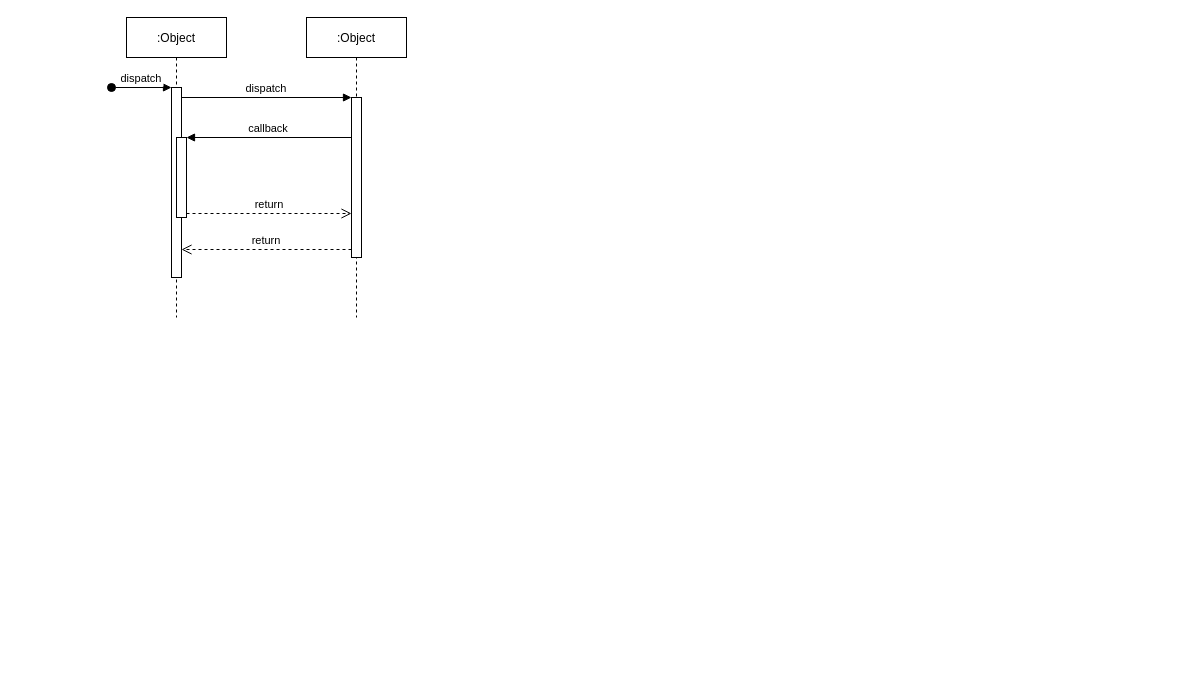
This is diagrams/Detection feu.drawio from Elyspio/s7-projet-transversal-cpe, a draw.io file, before an edit. Source tidied: cells renumbered, new cells numbered last; positions are measured from the earlier drawing's top-left corner, leaving out a move shared by most shapes. Both pictures are drawn from the tidied source at 100%, with x=0, y=0 at pixel (111, 17).
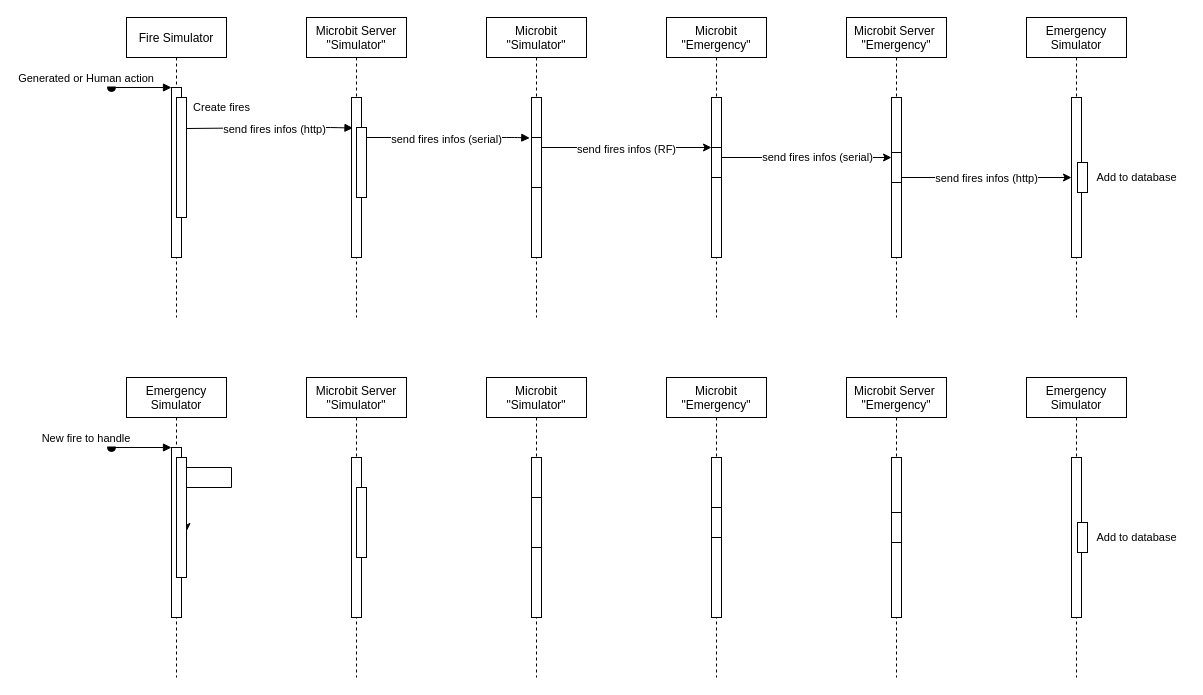
The same diagram, later.

The change refers to these unchanged cells:
```xml
<mxCell id="7" style="points=[];perimeter=orthogonalPerimeter;rounded=0;shadow=0;strokeWidth=1;" parent="6" vertex="1">
  <mxGeometry x="45" y="80" width="10" height="160" as="geometry" />
</mxCell>
```

Change to the diagram source:
```diff
@@
-    <mxCell id="2" value=":Object" style="shape=umlLifeline;perimeter=lifelinePerimeter;rounded=0;shadow=0;strokeWidth=1;" parent="1" vertex="1">
+    <mxCell id="2" value="Fire Simulator" style="shape=umlLifeline;perimeter=lifelinePerimeter;rounded=0;shadow=0;strokeWidth=1;" parent="1" vertex="1">
       <mxGeometry x="15" width="100" height="300" as="geometry" />
     </mxCell>
     <mxCell id="3" style="points=[];perimeter=orthogonalPerimeter;rounded=0;shadow=0;strokeWidth=1;" parent="2" vertex="1">
-      <mxGeometry x="45" y="70" width="10" height="190" as="geometry" />
+      <mxGeometry x="45" y="70" width="10" height="170" as="geometry" />
     </mxCell>
-    <mxCell id="4" value="dispatch" style="verticalAlign=bottom;startArrow=oval;endArrow=block;startSize=8;shadow=0;strokeWidth=1;" parent="2" edge="1" target="3">
-      <mxGeometry relative="1" as="geometry">
+    <mxCell id="4" value="Generated or Human action" style="verticalAlign=bottom;startArrow=oval;endArrow=block;startSize=8;shadow=0;strokeWidth=1;" parent="2" edge="1" target="3">
+      <mxGeometry x="-1" y="-25" relative="1" as="geometry">
         <mxPoint x="-15" y="70" as="sourcePoint" />
+        <mxPoint x="-25" y="-25" as="offset" />
       </mxGeometry>
     </mxCell>
-    <mxCell id="5" style="points=[];perimeter=orthogonalPerimeter;rounded=0;shadow=0;strokeWidth=1;" parent="2" vertex="1">
-      <mxGeometry x="50" y="120" width="10" height="80" as="geometry" />
-    </mxCell>
-    <mxCell id="6" value=":Object" style="shape=umlLifeline;perimeter=lifelinePerimeter;rounded=0;shadow=0;strokeWidth=1;" parent="1" vertex="1">
+    <mxCell id="6" value="Microbit Server &#10;&quot;Simulator&quot;" style="shape=umlLifeline;perimeter=lifelinePerimeter;rounded=0;shadow=0;strokeWidth=1;" parent="1" vertex="1">
       <mxGeometry x="195" width="100" height="300" as="geometry" />
     </mxCell>
@@
-    <mxCell id="8" value="return" style="verticalAlign=bottom;endArrow=open;dashed=1;endSize=8;exitX=0;exitY=0.95;shadow=0;strokeWidth=1;" parent="1" edge="1" source="7" target="3">
-      <mxGeometry relative="1" as="geometry" />
-    </mxCell>
-    <mxCell id="9" value="dispatch" style="verticalAlign=bottom;endArrow=block;entryX=0;entryY=0;shadow=0;strokeWidth=1;" parent="1" edge="1" source="3" target="7">
-      <mxGeometry relative="1" as="geometry" />
-    </mxCell>
-    <mxCell id="10" value="callback" style="verticalAlign=bottom;endArrow=block;entryX=1;entryY=0;shadow=0;strokeWidth=1;" parent="1" edge="1" source="7" target="5">
-      <mxGeometry relative="1" as="geometry" />
-    </mxCell>
-    <mxCell id="11" value="return" style="verticalAlign=bottom;endArrow=open;dashed=1;endSize=8;exitX=1;exitY=0.95;shadow=0;strokeWidth=1;" parent="1" edge="1" source="5" target="7">
-      <mxGeometry relative="1" as="geometry" />
-    </mxCell>
+    <mxCell id="12" value="Microbit &#10;&quot;Simulator&quot;" style="shape=umlLifeline;perimeter=lifelinePerimeter;rounded=0;shadow=0;strokeWidth=1;" parent="1" vertex="1">
+      <mxGeometry x="375" width="100" height="300" as="geometry" />
+    </mxCell>
+    <mxCell id="13" style="points=[];perimeter=orthogonalPerimeter;rounded=0;shadow=0;strokeWidth=1;" parent="12" vertex="1">
+      <mxGeometry x="45" y="80" width="10" height="160" as="geometry" />
+    </mxCell>
+    <mxCell id="14" style="rounded=0;whiteSpace=wrap;html=1;" parent="12" vertex="1">
+      <mxGeometry x="45" y="120" width="10" height="50" as="geometry" />
+    </mxCell>
+    <mxCell id="15" value="Microbit &#10;&quot;Emergency&quot;" style="shape=umlLifeline;perimeter=lifelinePerimeter;rounded=0;shadow=0;strokeWidth=1;" parent="1" vertex="1">
+      <mxGeometry x="555" width="100" height="300" as="geometry" />
+    </mxCell>
+    <mxCell id="16" style="points=[];perimeter=orthogonalPerimeter;rounded=0;shadow=0;strokeWidth=1;" parent="15" vertex="1">
+      <mxGeometry x="45" y="80" width="10" height="160" as="geometry" />
+    </mxCell>
+    <mxCell id="17" style="rounded=0;whiteSpace=wrap;html=1;" parent="15" vertex="1">
+      <mxGeometry x="45" y="130" width="10" height="30" as="geometry" />
+    </mxCell>
+    <mxCell id="18" value="Microbit Server &#10;&quot;Emergency&quot;" style="shape=umlLifeline;perimeter=lifelinePerimeter;rounded=0;shadow=0;strokeWidth=1;" parent="1" vertex="1">
+      <mxGeometry x="735" width="100" height="300" as="geometry" />
+    </mxCell>
+    <mxCell id="19" style="points=[];perimeter=orthogonalPerimeter;rounded=0;shadow=0;strokeWidth=1;" parent="18" vertex="1">
+      <mxGeometry x="45" y="80" width="10" height="160" as="geometry" />
+    </mxCell>
+    <mxCell id="20" style="rounded=0;whiteSpace=wrap;html=1;" parent="18" vertex="1">
+      <mxGeometry x="45" y="135" width="10" height="30" as="geometry" />
+    </mxCell>
+    <mxCell id="21" value="Emergency &#10;Simulator" style="shape=umlLifeline;perimeter=lifelinePerimeter;rounded=0;shadow=0;strokeWidth=1;" parent="1" vertex="1">
+      <mxGeometry x="915" width="100" height="300" as="geometry" />
+    </mxCell>
+    <mxCell id="22" style="points=[];perimeter=orthogonalPerimeter;rounded=0;shadow=0;strokeWidth=1;" parent="21" vertex="1">
+      <mxGeometry x="45" y="80" width="10" height="160" as="geometry" />
+    </mxCell>
+    <mxCell id="23" style="rounded=0;whiteSpace=wrap;html=1;" parent="21" vertex="1">
+      <mxGeometry x="51" y="145" width="10" height="30" as="geometry" />
+    </mxCell>
+    <mxCell id="24" style="verticalAlign=bottom;endArrow=block;shadow=0;strokeWidth=1;entryX=-0.171;entryY=0.253;entryDx=0;entryDy=0;entryPerimeter=0;" parent="1" edge="1" source="7" target="13">
+      <mxGeometry relative="1" as="geometry">
+        <Array as="points">
+          <mxPoint x="365" y="120" />
+          <mxPoint x="405" y="120" />
+        </Array>
+      </mxGeometry>
+    </mxCell>
+    <mxCell id="25" value="send fires infos (serial)" style="edgeLabel;html=1;align=center;verticalAlign=middle;" parent="24" vertex="1">
+      <mxGeometry x="-0.45" y="-1" relative="1" as="geometry">
+        <mxPoint x="38.1" as="offset" />
+      </mxGeometry>
+    </mxCell>
+    <mxCell id="26" style="rounded=0;whiteSpace=wrap;html=1;" parent="1" vertex="1">
+      <mxGeometry x="65" y="80" width="10" height="120" as="geometry" />
+    </mxCell>
+    <mxCell id="27" value="&lt;span style=&quot;font-size: 11px ; background-color: rgb(255 , 255 , 255)&quot;&gt;Create fires&lt;/span&gt;" style="text;html=1;align=center;verticalAlign=middle;" parent="1" vertex="1">
+      <mxGeometry x="75" y="80" width="70" height="20" as="geometry" />
+    </mxCell>
+    <mxCell id="28" style="verticalAlign=bottom;endArrow=block;shadow=0;strokeWidth=1;entryX=0.148;entryY=0.191;entryDx=0;entryDy=0;entryPerimeter=0;" parent="1" edge="1" target="7">
+      <mxGeometry x="0.07" y="-20" relative="1" as="geometry">
+        <mxPoint x="75" y="111" as="sourcePoint" />
+        <Array as="points">
+          <mxPoint x="180" y="110" />
+          <mxPoint x="220" y="110" />
+        </Array>
+      </mxGeometry>
+    </mxCell>
+    <mxCell id="29" value="send fires infos (http)" style="edgeLabel;html=1;align=center;verticalAlign=middle;" parent="28" vertex="1">
+      <mxGeometry x="0.04" y="-1" relative="1" as="geometry" />
+    </mxCell>
+    <mxCell id="30" style="edgeStyle=orthogonalEdgeStyle;rounded=0;jettySize=auto;html=1;" parent="1" edge="1" source="13" target="16">
+      <mxGeometry relative="1" as="geometry">
+        <Array as="points">
+          <mxPoint x="535" y="130" />
+          <mxPoint x="535" y="130" />
+        </Array>
+      </mxGeometry>
+    </mxCell>
+    <mxCell id="31" style="edgeLabel;html=1;align=center;verticalAlign=middle;" parent="30" vertex="1">
+      <mxGeometry x="0.23" y="-1" relative="1" as="geometry" />
+    </mxCell>
+    <mxCell id="32" value="send fires infos (RF)" style="edgeLabel;html=1;align=center;verticalAlign=middle;" parent="30" vertex="1">
+      <mxGeometry x="0.12" y="-1" relative="1" as="geometry">
+        <mxPoint x="-10.2" as="offset" />
+      </mxGeometry>
+    </mxCell>
+    <mxCell id="33" style="edgeStyle=orthogonalEdgeStyle;rounded=0;jettySize=auto;html=1;" parent="1" edge="1" source="16" target="19">
+      <mxGeometry relative="1" as="geometry">
+        <Array as="points">
+          <mxPoint x="705" y="140" />
+          <mxPoint x="705" y="140" />
+        </Array>
+      </mxGeometry>
+    </mxCell>
+    <mxCell id="34" value="send fires infos (serial)" style="edgeLabel;html=1;align=center;verticalAlign=middle;" parent="33" vertex="1">
+      <mxGeometry x="0.12" y="1" relative="1" as="geometry" />
+    </mxCell>
+    <mxCell id="35" style="edgeStyle=orthogonalEdgeStyle;rounded=0;jettySize=auto;html=1;" parent="1" edge="1" source="19" target="22">
+      <mxGeometry relative="1" as="geometry" />
+    </mxCell>
+    <mxCell id="36" value="send fires infos (http)" style="edgeLabel;html=1;align=center;verticalAlign=middle;" parent="35" vertex="1">
+      <mxGeometry x="0.18" y="2" relative="1" as="geometry">
+        <mxPoint x="-15.7" y="2" as="offset" />
+      </mxGeometry>
+    </mxCell>
+    <mxCell id="37" style="rounded=0;whiteSpace=wrap;html=1;" parent="1" vertex="1">
+      <mxGeometry x="245" y="110" width="10" height="70" as="geometry" />
+    </mxCell>
+    <mxCell id="38" value="&lt;font style=&quot;font-size: 11px&quot;&gt;Add to database&lt;/font&gt;" style="text;html=1;align=center;verticalAlign=middle;" parent="1" vertex="1">
+      <mxGeometry x="975" y="150" width="100" height="20" as="geometry" />
+    </mxCell>
+    <mxCell id="39" value="Emergency &#10;Simulator" style="shape=umlLifeline;perimeter=lifelinePerimeter;rounded=0;shadow=0;strokeWidth=1;" parent="1" vertex="1">
+      <mxGeometry x="15" y="360" width="100" height="300" as="geometry" />
+    </mxCell>
+    <mxCell id="40" style="points=[];perimeter=orthogonalPerimeter;rounded=0;shadow=0;strokeWidth=1;" parent="39" vertex="1">
+      <mxGeometry x="45" y="70" width="10" height="170" as="geometry" />
+    </mxCell>
+    <mxCell id="41" value="New fire to handle" style="verticalAlign=bottom;startArrow=oval;endArrow=block;startSize=8;shadow=0;strokeWidth=1;" parent="39" edge="1" target="40">
+      <mxGeometry x="-1" y="-25" relative="1" as="geometry">
+        <mxPoint x="-15" y="70" as="sourcePoint" />
+        <mxPoint x="-25" y="-25" as="offset" />
+      </mxGeometry>
+    </mxCell>
+    <mxCell id="42" value="Microbit Server &#10;&quot;Simulator&quot;" style="shape=umlLifeline;perimeter=lifelinePerimeter;rounded=0;shadow=0;strokeWidth=1;" parent="1" vertex="1">
+      <mxGeometry x="195" y="360" width="100" height="300" as="geometry" />
+    </mxCell>
+    <mxCell id="43" style="perimeter=orthogonalPerimeter;rounded=0;shadow=0;strokeWidth=1;" parent="42" vertex="1">
+      <mxGeometry x="45" y="80" width="10" height="160" as="geometry" />
+    </mxCell>
+    <mxCell id="44" value="Microbit &#10;&quot;Simulator&quot;" style="shape=umlLifeline;perimeter=lifelinePerimeter;rounded=0;shadow=0;strokeWidth=1;" parent="1" vertex="1">
+      <mxGeometry x="375" y="360" width="100" height="300" as="geometry" />
+    </mxCell>
+    <mxCell id="45" style="perimeter=orthogonalPerimeter;rounded=0;shadow=0;strokeWidth=1;" parent="44" vertex="1">
+      <mxGeometry x="45" y="80" width="10" height="160" as="geometry" />
+    </mxCell>
+    <mxCell id="46" style="rounded=0;whiteSpace=wrap;html=1;" parent="44" vertex="1">
+      <mxGeometry x="45" y="120" width="10" height="50" as="geometry" />
+    </mxCell>
+    <mxCell id="47" value="Microbit &#10;&quot;Emergency&quot;" style="shape=umlLifeline;perimeter=lifelinePerimeter;rounded=0;shadow=0;strokeWidth=1;" parent="1" vertex="1">
+      <mxGeometry x="555" y="360" width="100" height="300" as="geometry" />
+    </mxCell>
+    <mxCell id="48" style="perimeter=orthogonalPerimeter;rounded=0;shadow=0;strokeWidth=1;" parent="47" vertex="1">
+      <mxGeometry x="45" y="80" width="10" height="160" as="geometry" />
+    </mxCell>
+    <mxCell id="49" style="rounded=0;whiteSpace=wrap;html=1;" parent="47" vertex="1">
+      <mxGeometry x="45" y="130" width="10" height="30" as="geometry" />
+    </mxCell>
+    <mxCell id="50" value="Microbit Server &#10;&quot;Emergency&quot;" style="shape=umlLifeline;perimeter=lifelinePerimeter;rounded=0;shadow=0;strokeWidth=1;" parent="1" vertex="1">
+      <mxGeometry x="735" y="360" width="100" height="300" as="geometry" />
+    </mxCell>
+    <mxCell id="51" style="perimeter=orthogonalPerimeter;rounded=0;shadow=0;strokeWidth=1;" parent="50" vertex="1">
+      <mxGeometry x="45" y="80" width="10" height="160" as="geometry" />
+    </mxCell>
+    <mxCell id="52" style="rounded=0;whiteSpace=wrap;html=1;" parent="50" vertex="1">
+      <mxGeometry x="45" y="135" width="10" height="30" as="geometry" />
+    </mxCell>
+    <mxCell id="53" value="Emergency &#10;Simulator" style="shape=umlLifeline;perimeter=lifelinePerimeter;rounded=0;shadow=0;strokeWidth=1;" parent="1" vertex="1">
+      <mxGeometry x="915" y="360" width="100" height="300" as="geometry" />
+    </mxCell>
+    <mxCell id="54" style="perimeter=orthogonalPerimeter;rounded=0;shadow=0;strokeWidth=1;" parent="53" vertex="1">
+      <mxGeometry x="45" y="80" width="10" height="160" as="geometry" />
+    </mxCell>
+    <mxCell id="55" style="rounded=0;whiteSpace=wrap;html=1;" parent="53" vertex="1">
+      <mxGeometry x="51" y="145" width="10" height="30" as="geometry" />
+    </mxCell>
+    <mxCell id="56" style="edgeStyle=orthogonalEdgeStyle;rounded=0;orthogonalLoop=1;jettySize=auto;html=1;entryX=1;entryY=0.75;entryDx=0;entryDy=0;" parent="1" edge="1">
+      <mxGeometry relative="1" as="geometry">
+        <mxPoint x="75" y="484" as="sourcePoint" />
+        <mxPoint x="75" y="514" as="targetPoint" />
+        <Array as="points">
+          <mxPoint x="75" y="450" />
+          <mxPoint x="120" y="450" />
+          <mxPoint x="120" y="470" />
+          <mxPoint x="75" y="470" />
+        </Array>
+      </mxGeometry>
+    </mxCell>
+    <mxCell id="57" style="rounded=0;whiteSpace=wrap;html=1;" parent="1" vertex="1">
+      <mxGeometry x="65" y="440" width="10" height="120" as="geometry" />
+    </mxCell>
+    <mxCell id="58" style="rounded=0;whiteSpace=wrap;html=1;" parent="1" vertex="1">
+      <mxGeometry x="245" y="470" width="10" height="70" as="geometry" />
+    </mxCell>
+    <mxCell id="59" value="&lt;font style=&quot;font-size: 11px&quot;&gt;Add to database&lt;/font&gt;" style="text;html=1;align=center;verticalAlign=middle;" parent="1" vertex="1">
+      <mxGeometry x="975" y="510" width="100" height="20" as="geometry" />
+    </mxCell>
```
